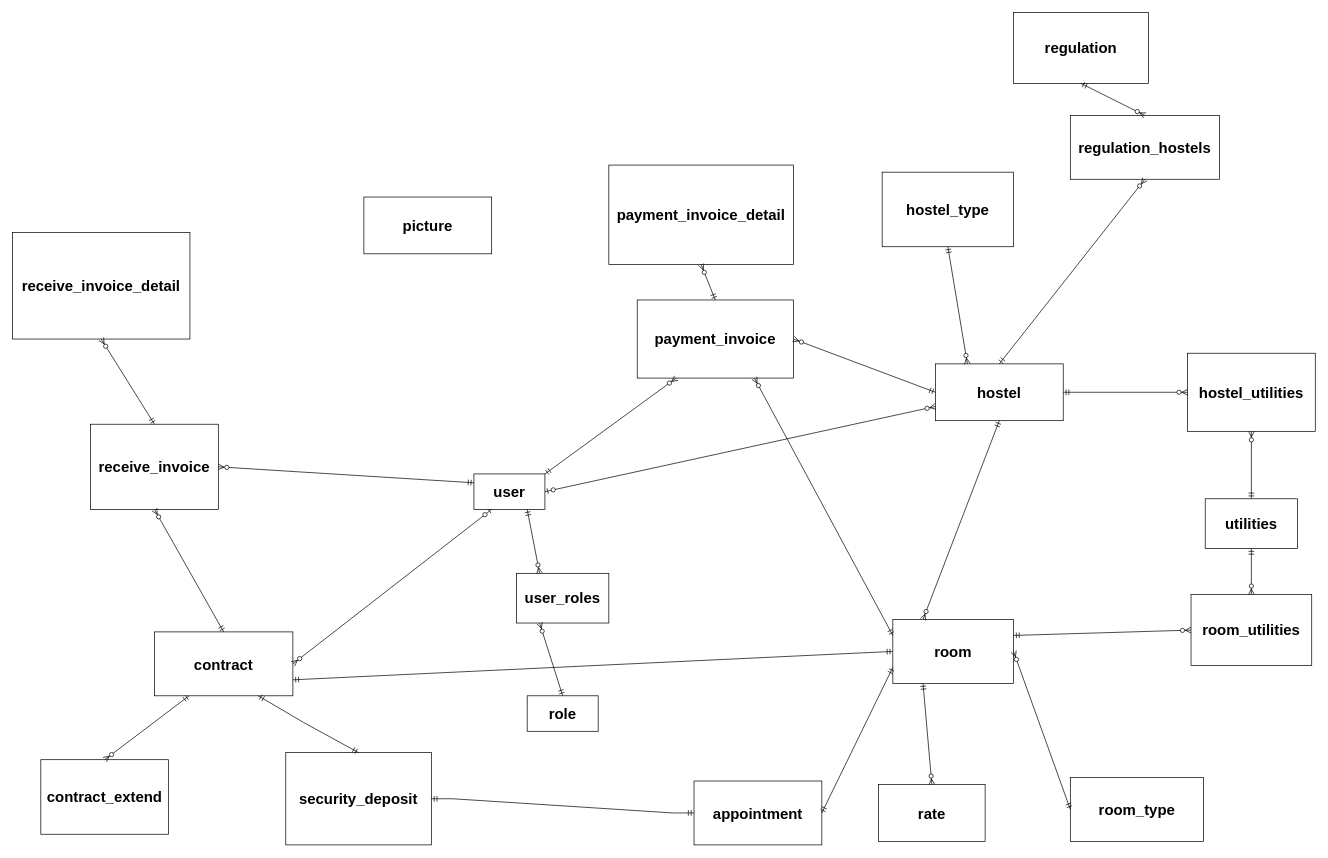
thinhtranhan213/CSD_Ass1 keeps this draw.io diagram as Biểu đồ không tiêu đề.drawio. Above is the earlier version. Source tidied: cells renumbered, new cells numbered last; positions are measured from the earlier drawing's top-left corner, leaving out a move shared by most shapes. Both pictures are drawn from the tidied source at 71%, with x=0, y=0 at pixel (12, 12).
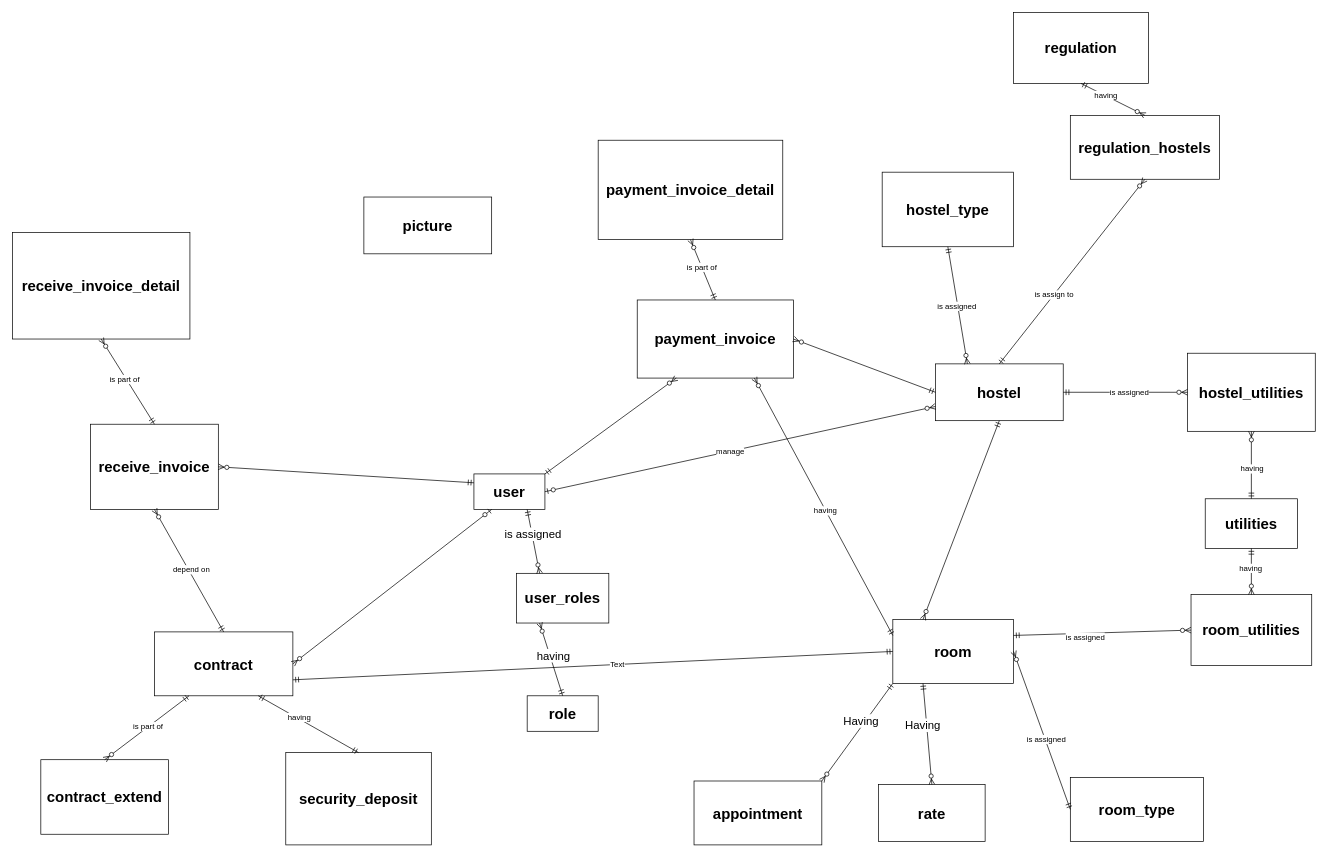
After the change.

The change refers to these unchanged cells:
```xml
<mxCell id="2" value="appointment" style="html=1;dashed=0;whiteSpace=wrap;fontSize=21;fontStyle=1;" parent="1" vertex="1">
  <mxGeometry x="960" y="1082.5" width="180" height="90" as="geometry" />
</mxCell>
<mxCell id="3" value="contract" style="html=1;dashed=0;whiteSpace=wrap;fontSize=21;fontStyle=1;" parent="1" vertex="1">
  <mxGeometry x="200" y="872.5" width="195" height="90" as="geometry" />
</mxCell>
<mxCell id="17" value="room" style="html=1;dashed=0;whiteSpace=wrap;fontSize=21;fontStyle=1;" parent="1" vertex="1">
  <mxGeometry x="1240" y="855" width="170" height="90" as="geometry" />
</mxCell>
<mxCell id="20" value="security_deposit" style="html=1;dashed=0;whiteSpace=wrap;fontSize=21;fontStyle=1;" parent="1" vertex="1">
  <mxGeometry x="385" y="1042.5" width="205" height="130" as="geometry" />
</mxCell>
<mxCell id="24" style="fontSize=12;html=1;endArrow=ERzeroToMany;startArrow=ERmandOne;rounded=0;entryX=0.25;entryY=0;entryDx=0;entryDy=0;exitX=0.75;exitY=1;exitDx=0;exitDy=0;" parent="1" edge="1" source="21" target="22">
  <mxGeometry relative="1" as="geometry" />
</mxCell>
<mxCell id="25" style="fontSize=12;html=1;endArrow=ERzeroToMany;startArrow=ERmandOne;rounded=0;entryX=0.25;entryY=1;entryDx=0;entryDy=0;exitX=0.5;exitY=0;exitDx=0;exitDy=0;jumpStyle=line;" parent="1" edge="1" source="16" target="22">
  <mxGeometry relative="1" as="geometry" />
</mxCell>
<mxCell id="26" style="fontSize=12;html=1;endArrow=ERzeroToMany;startArrow=ERmandOne;rounded=0;entryX=1;entryY=0.5;entryDx=0;entryDy=0;exitX=0;exitY=0.5;exitDx=0;exitDy=0;jumpStyle=line;" parent="1" edge="1" source="18" target="17">
  <mxGeometry relative="1" as="geometry" />
</mxCell>
<mxCell id="27" style="fontSize=12;html=1;endArrow=ERzeroToMany;startArrow=ERmandOne;rounded=0;entryX=0;entryY=0.5;entryDx=0;entryDy=0;exitX=1;exitY=0.25;exitDx=0;exitDy=0;" parent="1" edge="1" source="17" target="19">
  <mxGeometry relative="1" as="geometry" />
</mxCell>
<mxCell id="28" style="fontSize=12;html=1;endArrow=ERzeroToMany;startArrow=ERmandOne;rounded=0;entryX=0.5;entryY=0;entryDx=0;entryDy=0;exitX=0.5;exitY=1;exitDx=0;exitDy=0;" parent="1" edge="1" source="23" target="19">
  <mxGeometry relative="1" as="geometry" />
</mxCell>
<mxCell id="29" style="fontSize=12;html=1;endArrow=ERzeroToMany;startArrow=ERmandOne;rounded=0;entryX=0;entryY=0.5;entryDx=0;entryDy=0;exitX=1;exitY=0.5;exitDx=0;exitDy=0;" parent="1" edge="1" source="5" target="7">
  <mxGeometry relative="1" as="geometry" />
</mxCell>
<mxCell id="30" style="fontSize=12;html=1;endArrow=ERzeroToMany;startArrow=ERmandOne;rounded=0;entryX=0.5;entryY=1;entryDx=0;entryDy=0;exitX=0.5;exitY=0;exitDx=0;exitDy=0;" parent="1" edge="1" source="23" target="7">
  <mxGeometry relative="1" as="geometry" />
</mxCell>
<mxCell id="32" style="fontSize=12;html=1;endArrow=ERzeroToMany;startArrow=ERmandOne;rounded=0;entryX=0.5;entryY=1;entryDx=0;entryDy=0;exitX=0.5;exitY=0;exitDx=0;exitDy=0;" parent="1" edge="1" source="5" target="15">
  <mxGeometry relative="1" as="geometry" />
</mxCell>
<mxCell id="33" style="fontSize=12;html=1;endArrow=ERzeroToMany;startArrow=ERmandOne;rounded=0;entryX=0.5;entryY=0;entryDx=0;entryDy=0;exitX=0.5;exitY=1;exitDx=0;exitDy=0;" parent="1" edge="1" source="14" target="15">
  <mxGeometry relative="1" as="geometry" />
</mxCell>
<mxCell id="34" style="fontSize=12;html=1;endArrow=ERzeroToMany;startArrow=ERmandOne;rounded=0;entryX=0.25;entryY=0;entryDx=0;entryDy=0;exitX=0.5;exitY=1;exitDx=0;exitDy=0;" parent="1" edge="1" source="6" target="5">
  <mxGeometry relative="1" as="geometry" />
</mxCell>
<mxCell id="35" style="fontSize=12;html=1;endArrow=ERzeroToMany;startArrow=ERmandOne;rounded=0;entryX=0.5;entryY=0;entryDx=0;entryDy=0;exitX=0.25;exitY=1;exitDx=0;exitDy=0;" parent="1" edge="1" source="3" target="4">
  <mxGeometry relative="1" as="geometry" />
</mxCell>
<mxCell id="36" style="fontSize=12;html=1;endArrow=ERzeroToMany;startArrow=ERmandOne;rounded=0;entryX=0.5;entryY=0;entryDx=0;entryDy=0;exitX=0.25;exitY=1;exitDx=0;exitDy=0;" parent="1" edge="1" source="17" target="11">
  <mxGeometry relative="1" as="geometry" />
</mxCell>
<mxCell id="37" style="fontSize=12;html=1;endArrow=ERzeroToMany;startArrow=ERmandOne;rounded=0;entryX=0.5;entryY=1;entryDx=0;entryDy=0;exitX=0.5;exitY=0;exitDx=0;exitDy=0;" parent="1" edge="1" source="8" target="9">
  <mxGeometry relative="1" as="geometry" />
</mxCell>
<mxCell id="38" style="fontSize=12;html=1;endArrow=ERzeroToMany;startArrow=ERmandOne;rounded=0;entryX=0.5;entryY=1;entryDx=0;entryDy=0;exitX=0.5;exitY=0;exitDx=0;exitDy=0;" parent="1" edge="1" source="12" target="13">
  <mxGeometry relative="1" as="geometry" />
</mxCell>
<mxCell id="42" style="fontSize=12;html=1;endArrow=ERzeroToMany;startArrow=ERmandOne;rounded=0;entryX=0.5;entryY=1;entryDx=0;entryDy=0;exitX=0.5;exitY=0;exitDx=0;exitDy=0;" parent="1" edge="1" source="3" target="12">
  <mxGeometry relative="1" as="geometry" />
</mxCell>
<mxCell id="45" style="fontSize=12;html=1;endArrow=ERzeroToMany;startArrow=ERmandOne;rounded=0;entryX=0.75;entryY=1;entryDx=0;entryDy=0;exitX=0;exitY=0.25;exitDx=0;exitDy=0;" parent="1" edge="1" source="17" target="8">
  <mxGeometry relative="1" as="geometry" />
</mxCell>
<mxCell id="46" style="fontSize=12;html=1;endArrow=ERmandOne;startArrow=ERmandOne;rounded=0;entryX=0;entryY=0.5;entryDx=0;entryDy=0;exitX=1;exitY=0.75;exitDx=0;exitDy=0;" parent="1" edge="1" source="3" target="17">
  <mxGeometry relative="1" as="geometry" />
</mxCell>
<mxCell id="49" style="fontSize=12;html=1;endArrow=ERzeroToMany;startArrow=ERzeroToOne;rounded=0;exitX=1;exitY=0.5;exitDx=0;exitDy=0;entryX=0;entryY=0.75;entryDx=0;entryDy=0;" parent="1" edge="1" source="21" target="5">
  <mxGeometry relative="1" as="geometry" />
</mxCell>
```

Change to the diagram source:
```diff
@@
     <mxCell id="9" value="payment_invoice_detail" style="html=1;dashed=0;whiteSpace=wrap;fontSize=21;fontStyle=1;" parent="1" vertex="1">
-      <mxGeometry x="840" y="215" width="260" height="140" as="geometry" />
+      <mxGeometry x="825" y="180" width="260" height="140" as="geometry" />
     </mxCell>
@@
+    <mxCell id="50" value="is assigned" style="edgeLabel;html=1;align=center;verticalAlign=middle;fontSize=16;" parent="24" vertex="1">
+      <mxGeometry x="-0.22" y="1" relative="1" as="geometry">
+        <mxPoint y="-1" as="offset" />
+      </mxGeometry>
+    </mxCell>
@@
+    <mxCell id="51" value="having" style="edgeLabel;html=1;align=center;verticalAlign=middle;fontSize=16;" parent="25" vertex="1">
+      <mxGeometry x="0.07" y="-4" relative="1" as="geometry">
+        <mxPoint y="-1" as="offset" />
+      </mxGeometry>
+    </mxCell>
@@
+    <mxCell id="52" value="is assigned" style="edgeLabel;html=1;align=center;verticalAlign=middle;" parent="26" vertex="1">
+      <mxGeometry x="-0.1" y="-1" relative="1" as="geometry">
+        <mxPoint y="1" as="offset" />
+      </mxGeometry>
+    </mxCell>
@@
+    <mxCell id="53" value="is assigned" style="edgeLabel;html=1;align=center;verticalAlign=middle;" parent="27" vertex="1">
+      <mxGeometry x="-0.2" y="-5" relative="1" as="geometry" />
+    </mxCell>
@@
+    <mxCell id="54" value="having" style="edgeLabel;html=1;align=center;verticalAlign=middle;" parent="28" vertex="1">
+      <mxGeometry x="-0.15" y="-2" relative="1" as="geometry">
+        <mxPoint y="-1" as="offset" />
+      </mxGeometry>
+    </mxCell>
@@
+    <mxCell id="55" value="is assigned" style="edgeLabel;html=1;align=center;verticalAlign=middle;" parent="29" vertex="1">
+      <mxGeometry x="0.05" y="1" relative="1" as="geometry" />
+    </mxCell>
@@
+    <mxCell id="56" value="having" style="edgeLabel;html=1;align=center;verticalAlign=middle;" parent="30" vertex="1">
+      <mxGeometry x="-0.11" relative="1" as="geometry">
+        <mxPoint y="-1" as="offset" />
+      </mxGeometry>
+    </mxCell>
@@
+    <mxCell id="57" value="is assign to" style="edgeLabel;html=1;align=center;verticalAlign=middle;" parent="32" vertex="1">
+      <mxGeometry x="-0.26" relative="1" as="geometry">
+        <mxPoint y="-1" as="offset" />
+      </mxGeometry>
+    </mxCell>
@@
+    <mxCell id="58" value="having" style="edgeLabel;html=1;align=center;verticalAlign=middle;" parent="33" vertex="1">
+      <mxGeometry x="-0.22" y="1" relative="1" as="geometry">
+        <mxPoint x="-1" as="offset" />
+      </mxGeometry>
+    </mxCell>
@@
+    <mxCell id="59" value="is assigned" style="edgeLabel;html=1;align=center;verticalAlign=middle;" parent="34" vertex="1">
+      <mxGeometry y="-2" relative="1" as="geometry" />
+    </mxCell>
@@
+    <mxCell id="60" value="is part of" style="edgeLabel;html=1;align=center;verticalAlign=middle;" parent="35" vertex="1">
+      <mxGeometry x="-0.04" y="-1" relative="1" as="geometry" />
+    </mxCell>
@@
+    <mxCell id="61" value="Having" style="edgeLabel;html=1;align=center;verticalAlign=middle;fontSize=16;" parent="36" vertex="1">
+      <mxGeometry x="-0.19" y="-6" relative="1" as="geometry" />
+    </mxCell>
@@
+    <mxCell id="62" value="is part of" style="edgeLabel;html=1;align=center;verticalAlign=middle;" parent="37" vertex="1">
+      <mxGeometry x="0.09" relative="1" as="geometry" />
+    </mxCell>
@@
-    <mxCell id="39" style="edgeStyle=entityRelationEdgeStyle;fontSize=12;html=1;endArrow=ERmandOne;startArrow=ERmandOne;rounded=0;entryX=0;entryY=0.5;entryDx=0;entryDy=0;exitX=1;exitY=0.5;exitDx=0;exitDy=0;" parent="1" edge="1" source="20" target="2">
-      <mxGeometry relative="1" as="geometry" />
-    </mxCell>
-    <mxCell id="40" style="fontSize=12;html=1;endArrow=ERmandOne;startArrow=ERmandOne;rounded=0;entryX=1;entryY=0.5;entryDx=0;entryDy=0;exitX=0;exitY=0.75;exitDx=0;exitDy=0;" parent="1" edge="1" source="17" target="2">
-      <mxGeometry relative="1" as="geometry" />
-    </mxCell>
+    <mxCell id="63" value="is part of" style="edgeLabel;html=1;align=center;verticalAlign=middle;" parent="38" vertex="1">
+      <mxGeometry x="0.07" y="2" relative="1" as="geometry">
+        <mxPoint x="-1" as="offset" />
+      </mxGeometry>
+    </mxCell>
     <mxCell id="41" style="fontSize=12;html=1;endArrow=ERmandOne;startArrow=ERmandOne;rounded=0;entryX=0.5;entryY=0;entryDx=0;entryDy=0;exitX=0.75;exitY=1;exitDx=0;exitDy=0;" parent="1" edge="1" source="3" target="20">
-      <mxGeometry relative="1" as="geometry">
-        <Array as="points">
-          <mxPoint x="410" y="1000" />
-        </Array>
-      </mxGeometry>
+      <mxGeometry relative="1" as="geometry" />
     </mxCell>
+    <mxCell id="64" value="having" style="edgeLabel;html=1;align=center;verticalAlign=middle;" parent="41" vertex="1">
+      <mxGeometry x="-0.21" y="2" relative="1" as="geometry">
+        <mxPoint x="1" as="offset" />
+      </mxGeometry>
+    </mxCell>
@@
+    <mxCell id="65" value="depend on" style="edgeLabel;html=1;align=center;verticalAlign=middle;" parent="42" vertex="1">
+      <mxGeometry y="-3" relative="1" as="geometry" />
+    </mxCell>
@@
+    <mxCell id="66" value="having" style="edgeLabel;html=1;align=center;verticalAlign=middle;" parent="45" vertex="1">
+      <mxGeometry x="-0.03" relative="1" as="geometry">
+        <mxPoint x="-1" as="offset" />
+      </mxGeometry>
+    </mxCell>
@@
+    <mxCell id="67" value="Text" style="edgeLabel;html=1;align=center;verticalAlign=middle;" parent="46" vertex="1">
+      <mxGeometry x="0.08" y="1" relative="1" as="geometry" />
+    </mxCell>
@@
+    <mxCell id="68" value="manage" style="edgeLabel;html=1;align=center;verticalAlign=middle;" parent="49" vertex="1">
+      <mxGeometry x="-0.05" relative="1" as="geometry" />
+    </mxCell>
+    <mxCell id="40" style="fontSize=12;html=1;endArrow=ERzeroToMany;startArrow=ERmandOne;rounded=0;entryX=1;entryY=0;entryDx=0;entryDy=0;exitX=0;exitY=1;exitDx=0;exitDy=0;" parent="1" edge="1" source="17" target="2">
+      <mxGeometry relative="1" as="geometry" />
+    </mxCell>
+    <mxCell id="69" value="Having" style="edgeLabel;html=1;align=center;verticalAlign=middle;fontSize=16;" parent="40" vertex="1">
+      <mxGeometry x="-0.19" y="-6" relative="1" as="geometry" />
+    </mxCell>
```
